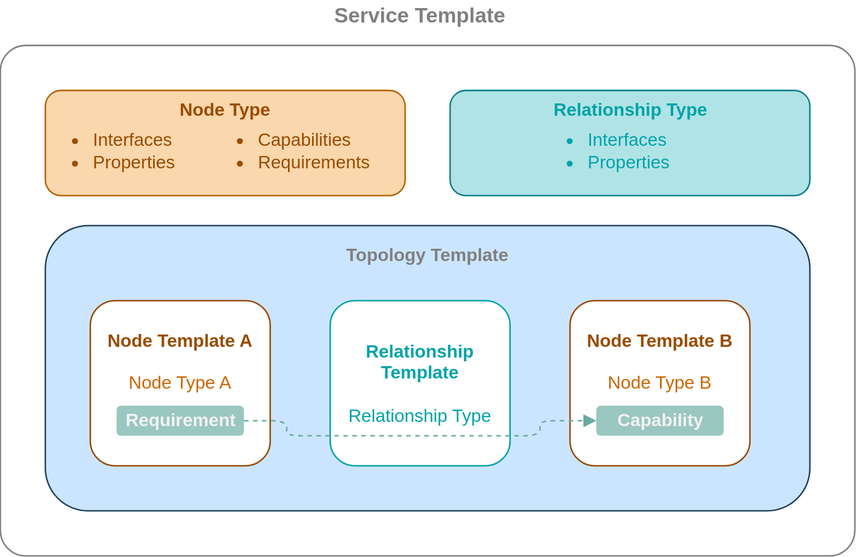
The draw.io diagram docs/images/service_template.svg in onecommons/unfurl, before a commit. Source tidied: cells renumbered, new cells last; positions are measured from the earlier drawing's top-left corner, leaving out a move shared by most shapes.
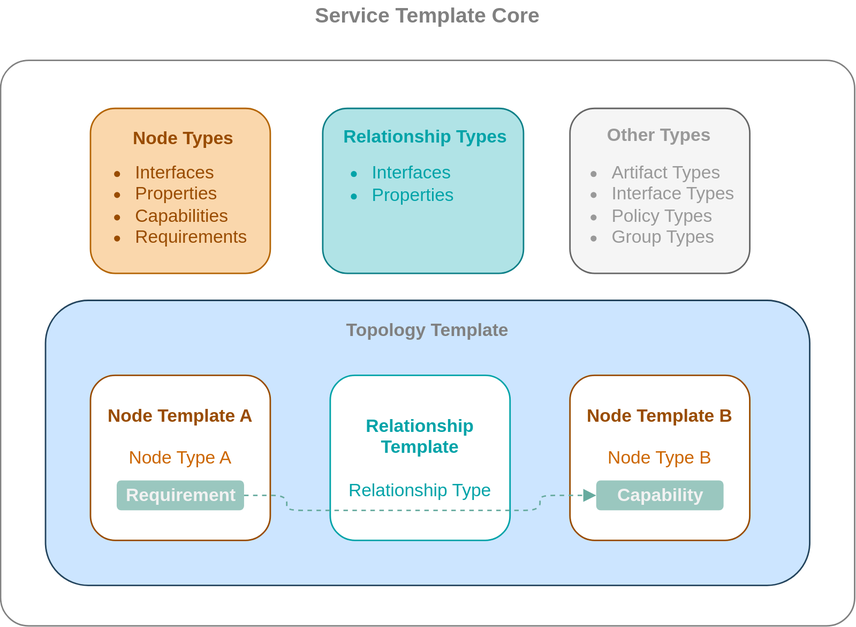
Later version of the same file.

Commit message:
Updated code examples in TOSCA.rst & service template diagram

What changed in the source:
```diff
@@ -3,7 +3,7 @@
     <mxCell id="0" />
     <mxCell id="1" parent="0" />
     <mxCell id="2" style="rounded=1;whiteSpace=wrap;html=1;arcSize=5;strokeColor=#808080;" parent="1" vertex="1">
-      <mxGeometry y="30" width="570" height="340" as="geometry" />
+      <mxGeometry y="-10" width="570" height="377" as="geometry" />
     </mxCell>
     <mxCell id="3" style="rounded=1;whiteSpace=wrap;html=1;strokeColor=#23445d;fillColor=#CCE5FF;" parent="1" vertex="1">
       <mxGeometry x="30" y="150" width="510" height="190" as="geometry" />
@@ -18,28 +18,25 @@
       <mxGeometry x="225" y="160" width="120" height="20" as="geometry" />
     </mxCell>
     <mxCell id="7" value="&lt;font color=&quot;#994c00&quot;&gt;&lt;br&gt;&lt;/font&gt;" style="rounded=1;whiteSpace=wrap;html=1;strokeColor=#b46504;fillColor=#fad7ac;" parent="1" vertex="1">
-      <mxGeometry x="30" y="60" width="240" height="70" as="geometry" />
+      <mxGeometry x="60" y="22" width="120" height="110" as="geometry" />
     </mxCell>
     <mxCell id="8" value="&lt;font color=&quot;#00a3a8&quot;&gt;&lt;br&gt;&lt;/font&gt;" style="rounded=1;whiteSpace=wrap;html=1;strokeColor=#0e8088;fillColor=#b0e3e6;" parent="1" vertex="1">
-      <mxGeometry x="300" y="60" width="240" height="70" as="geometry" />
+      <mxGeometry x="215" y="22" width="134" height="110" as="geometry" />
     </mxCell>
-    <mxCell id="9" value="&lt;b&gt;&lt;font color=&quot;#808080&quot; style=&quot;font-size: 14px&quot;&gt;Service Template&lt;/font&gt;&lt;/b&gt;" style="text;html=1;strokeColor=none;fillColor=none;align=center;verticalAlign=middle;whiteSpace=wrap;rounded=0;" parent="1" vertex="1">
-      <mxGeometry x="220" width="120" height="20" as="geometry" />
+    <mxCell id="9" value="&lt;b&gt;&lt;font color=&quot;#808080&quot; style=&quot;font-size: 14px&quot;&gt;Service Template Core&lt;/font&gt;&lt;/b&gt;" style="text;html=1;strokeColor=none;fillColor=none;align=center;verticalAlign=middle;whiteSpace=wrap;rounded=0;" parent="1" vertex="1">
+      <mxGeometry x="204" y="-50" width="162" height="20" as="geometry" />
     </mxCell>
-    <mxCell id="10" value="&lt;ul&gt;&lt;li&gt;&lt;span style=&quot;&quot;&gt;Capabilities&lt;/span&gt;&lt;/li&gt;&lt;li&gt;&lt;span style=&quot;&quot;&gt;Requirements&lt;/span&gt;&lt;/li&gt;&lt;/ul&gt;" style="text;html=1;strokeColor=none;fillColor=none;align=left;verticalAlign=middle;whiteSpace=wrap;rounded=0;fontColor=#994C00;" parent="1" vertex="1">
-      <mxGeometry x="130" y="80" width="130" height="40" as="geometry" />
-    </mxCell>
     <mxCell id="11" value="&lt;ul&gt;&lt;li&gt;&lt;span style=&quot;&quot;&gt;Interfaces&lt;/span&gt;&lt;/li&gt;&lt;li&gt;&lt;span style=&quot;&quot;&gt;Properties&lt;/span&gt;&lt;/li&gt;&lt;/ul&gt;" style="text;html=1;align=left;verticalAlign=middle;strokeColor=none;fontColor=#00A3A8;" parent="1" vertex="1">
-      <mxGeometry x="350" y="70" width="110" height="60" as="geometry" />
+      <mxGeometry x="206" y="42" width="110" height="60" as="geometry" />
     </mxCell>
-    <mxCell id="12" value="&lt;b style=&quot;color: rgb(153 , 76 , 0)&quot;&gt;Node Type&lt;/b&gt;" style="text;html=1;strokeColor=none;fillColor=none;align=center;verticalAlign=middle;whiteSpace=wrap;rounded=0;" parent="1" vertex="1">
-      <mxGeometry x="100" y="63" width="100" height="20" as="geometry" />
+    <mxCell id="12" value="&lt;b style=&quot;color: rgb(153 , 76 , 0)&quot;&gt;Node Types&lt;/b&gt;" style="text;html=1;strokeColor=none;fillColor=none;align=center;verticalAlign=middle;whiteSpace=wrap;rounded=0;" parent="1" vertex="1">
+      <mxGeometry x="72" y="32" width="100" height="20" as="geometry" />
     </mxCell>
-    <mxCell id="13" value="&lt;ul&gt;&lt;li&gt;&lt;font&gt;Interfaces&lt;/font&gt;&lt;/li&gt;&lt;li&gt;&lt;font&gt;Properties&lt;/font&gt;&lt;/li&gt;&lt;/ul&gt;" style="text;html=1;strokeColor=none;fillColor=none;align=left;verticalAlign=middle;whiteSpace=wrap;rounded=0;fontColor=#994C00;" parent="1" vertex="1">
-      <mxGeometry x="20" y="80" width="100" height="40" as="geometry" />
+    <mxCell id="13" value="&lt;ul&gt;&lt;li&gt;&lt;font&gt;Interfaces&lt;/font&gt;&lt;/li&gt;&lt;li&gt;&lt;font&gt;Properties&lt;/font&gt;&lt;/li&gt;&lt;li&gt;&lt;font&gt;Capabilities&lt;/font&gt;&lt;/li&gt;&lt;li&gt;&lt;font&gt;Requirements&lt;/font&gt;&lt;/li&gt;&lt;/ul&gt;" style="text;html=1;strokeColor=none;fillColor=none;align=left;verticalAlign=middle;whiteSpace=wrap;rounded=0;fontColor=#994C00;" parent="1" vertex="1">
+      <mxGeometry x="48" y="66" width="100" height="40" as="geometry" />
     </mxCell>
-    <mxCell id="14" value="&lt;b style=&quot;color: rgb(0 , 163 , 168)&quot;&gt;Relationship Type&lt;/b&gt;" style="text;html=1;align=center;verticalAlign=middle;strokeColor=none;" parent="1" vertex="1">
-      <mxGeometry x="360" y="63" width="120" height="20" as="geometry" />
+    <mxCell id="14" value="&lt;b style=&quot;color: rgb(0 , 163 , 168)&quot;&gt;Relationship Types&lt;/b&gt;" style="text;html=1;align=center;verticalAlign=middle;strokeColor=none;" parent="1" vertex="1">
+      <mxGeometry x="223" y="32" width="119" height="18" as="geometry" />
     </mxCell>
     <mxCell id="15" value="&lt;font color=&quot;#f2f2f2&quot;&gt;&lt;b&gt;Requirement&lt;/b&gt;&lt;/font&gt;" style="rounded=1;whiteSpace=wrap;html=1;strokeColor=none;fillColor=#9AC7BF;" parent="1" vertex="1">
       <mxGeometry x="77.5" y="270" width="85" height="20" as="geometry" />
@@ -60,5 +57,14 @@
         </Array>
       </mxGeometry>
     </mxCell>
+    <mxCell id="19" style="rounded=1;whiteSpace=wrap;html=1;strokeColor=#666666;fillColor=#f5f5f5;fontColor=#333333;" parent="1" vertex="1">
+      <mxGeometry x="380" y="22" width="120" height="110" as="geometry" />
+    </mxCell>
+    <mxCell id="20" value="&lt;b&gt;&lt;font color=&quot;#999999&quot;&gt;Other Types&lt;/font&gt;&lt;/b&gt;" style="text;html=1;align=center;verticalAlign=middle;" parent="1" vertex="1">
+      <mxGeometry x="398.5" y="30" width="80" height="20" as="geometry" />
+    </mxCell>
+    <mxCell id="21" value="&lt;ul&gt;&lt;li&gt;&lt;span&gt;&lt;font&gt;Artifact Types&lt;/font&gt;&lt;/span&gt;&lt;/li&gt;&lt;li&gt;&lt;span&gt;&lt;font&gt;Interface Types&lt;/font&gt;&lt;/span&gt;&lt;/li&gt;&lt;li&gt;&lt;span&gt;&lt;font&gt;Policy Types&lt;/font&gt;&lt;/span&gt;&lt;/li&gt;&lt;li&gt;&lt;span&gt;&lt;font&gt;Group Types&lt;/font&gt;&lt;/span&gt;&lt;/li&gt;&lt;/ul&gt;" style="text;html=1;strokeColor=none;fillColor=none;align=left;verticalAlign=middle;whiteSpace=wrap;rounded=0;fontColor=#999999;" parent="1" vertex="1">
+      <mxGeometry x="366" y="57" width="134" height="58" as="geometry" />
+    </mxCell>
   </root>
 </mxGraphModel>
```
